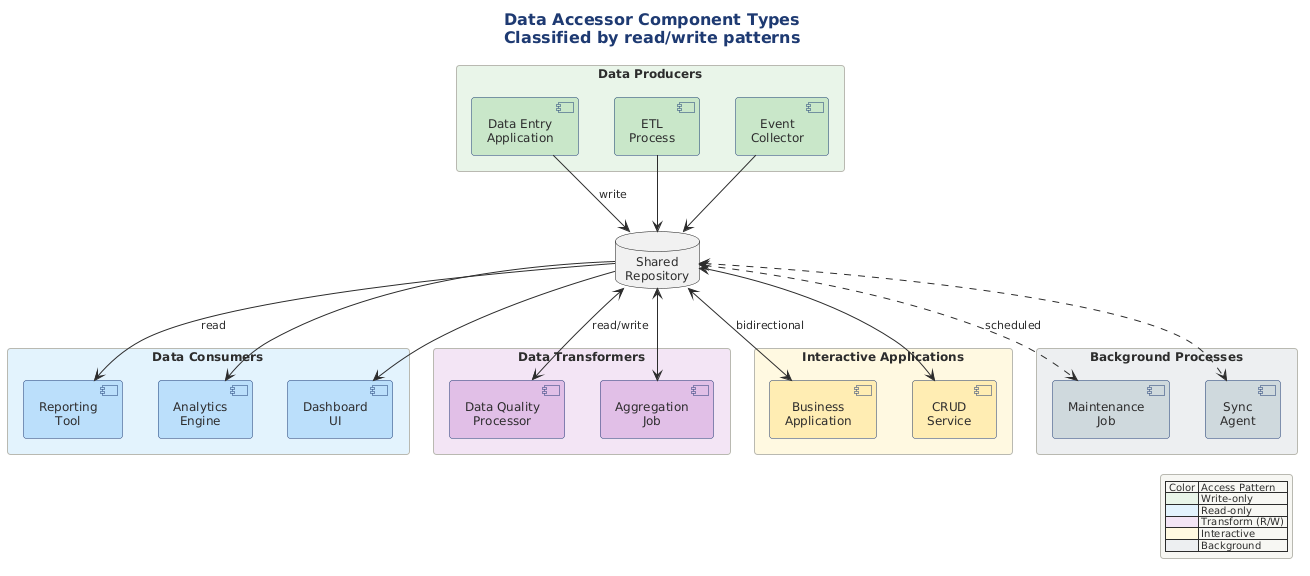
Above: src/architecture/views-and-beyond/style-catalogs/component-and-connector/shared-data-style/png/accessor-component-types-classified-read.png in Notoriousjayy/latex-docs (PlantUML), before the change.
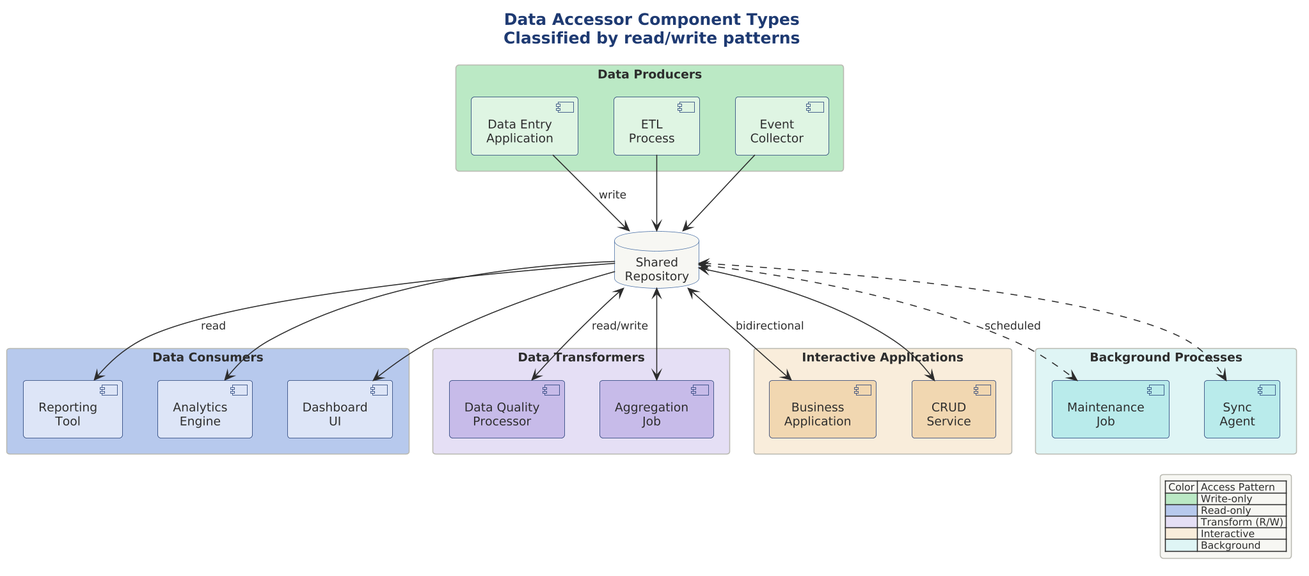
After the commit.

What changed in the source:
```diff
@@ -1,4 +1,9 @@
 @startuml
+
+skinparam dpi 150
+
+
+
 
 title Data Accessor Component Types\nClassified by read/write patterns
 
@@ -6,31 +11,31 @@
 
 database "Shared\nRepository" as repo
 
-rectangle "Data Producers" #E8F5E9 {
-    [Data Entry\nApplication] as entry #C8E6C9
-    [ETL\nProcess] as etl #C8E6C9
-    [Event\nCollector] as events #C8E6C9
+rectangle "Data Producers" $deep_ok {
+    [Data Entry\nApplication] as entry $fill_ok
+    [ETL\nProcess] as etl $fill_ok
+    [Event\nCollector] as events $fill_ok
 }
 
-rectangle "Data Consumers" #E3F2FD {
-    [Reporting\nTool] as report #BBDEFB
-    [Analytics\nEngine] as analytics #BBDEFB
-    [Dashboard\nUI] as dashboard #BBDEFB
+rectangle "Data Consumers" $deep_primary {
+    [Reporting\nTool] as report $fill_primary
+    [Analytics\nEngine] as analytics $fill_primary
+    [Dashboard\nUI] as dashboard $fill_primary
 }
 
-rectangle "Data Transformers" #F3E5F5 {
-    [Data Quality\nProcessor] as quality #E1BEE7
-    [Aggregation\nJob] as aggregation #E1BEE7
+rectangle "Data Transformers" $fill_alt {
+    [Data Quality\nProcessor] as quality $deep_alt
+    [Aggregation\nJob] as aggregation $deep_alt
 }
 
-rectangle "Interactive Applications" #FFF8E1 {
-    [Business\nApplication] as bizapp #FFECB3
-    [CRUD\nService] as crud #FFECB3
+rectangle "Interactive Applications" $fill_caution {
+    [Business\nApplication] as bizapp $deep_caution
+    [CRUD\nService] as crud $deep_caution
 }
 
-rectangle "Background Processes" #ECEFF1 {
-    [Maintenance\nJob] as maintenance #CFD8DC
-    [Sync\nAgent] as sync #CFD8DC
+rectangle "Background Processes" $fill_dynamic {
+    [Maintenance\nJob] as maintenance $deep_dynamic
+    [Sync\nAgent] as sync $deep_dynamic
 }
 
 entry --> repo : write
@@ -52,11 +57,11 @@
 
 legend right
   | Color | Access Pattern |
-  |<#E8F5E9>| Write-only |
-  |<#E3F2FD>| Read-only |
-  |<#F3E5F5>| Transform (R/W) |
-  |<#FFF8E1>| Interactive |
-  |<#ECEFF1>| Background |
+  |<$deep_ok>| Write-only |
+  |<$deep_primary>| Read-only |
+  |<$fill_alt>| Transform (R/W) |
+  |<$fill_caution>| Interactive |
+  |<$fill_dynamic>| Background |
 endlegend
 
 @enduml
```
